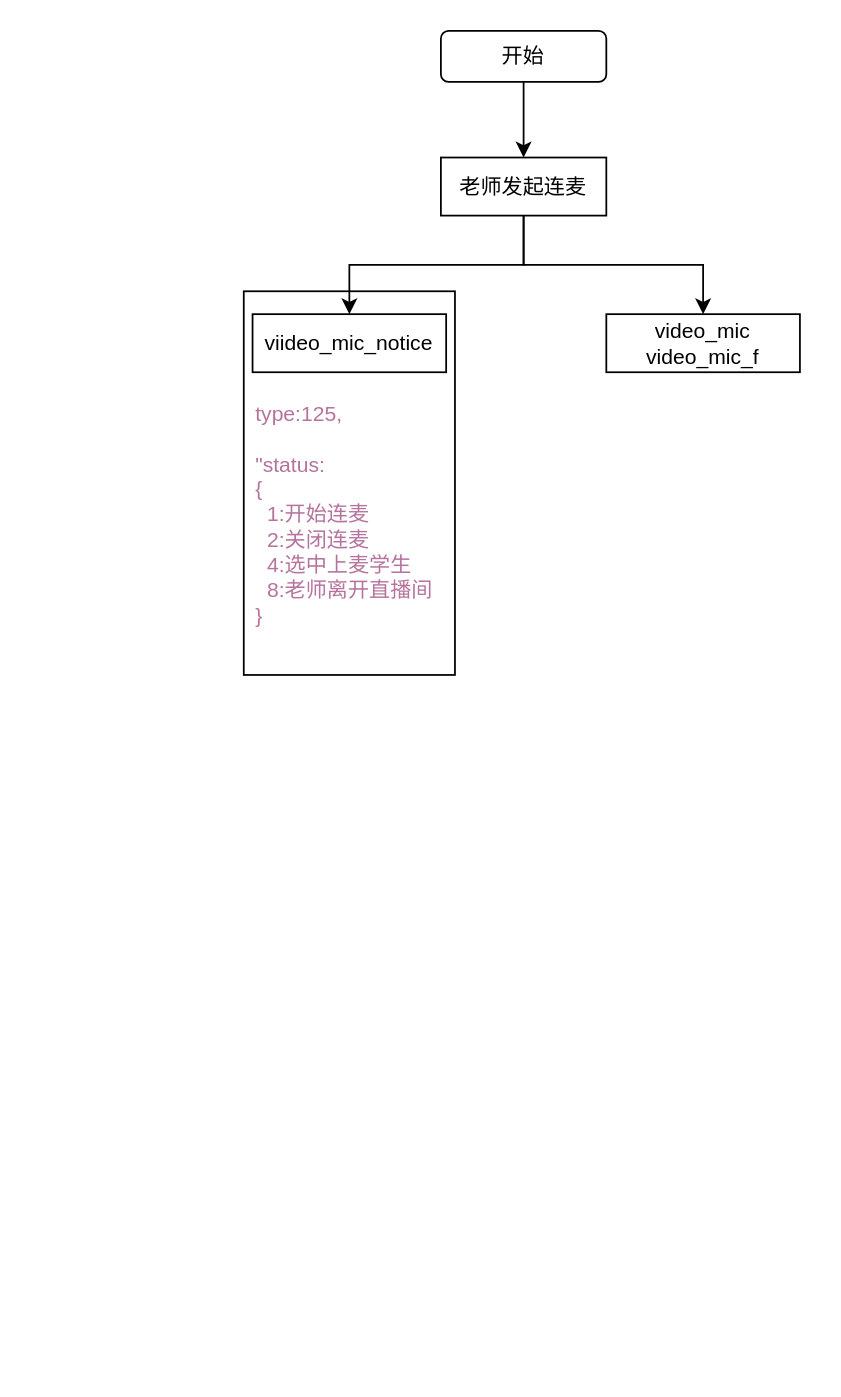
Above: 未命名绘图.drawio in dlztal/drawio (draw.io), before the change. Source tidied: cells renumbered, new cells numbered last; positions are measured from the earlier drawing's top-left corner, leaving out a move shared by most shapes. Both pictures are drawn from the tidied source at 176%, with x=0, y=0 at pixel (243, 30).
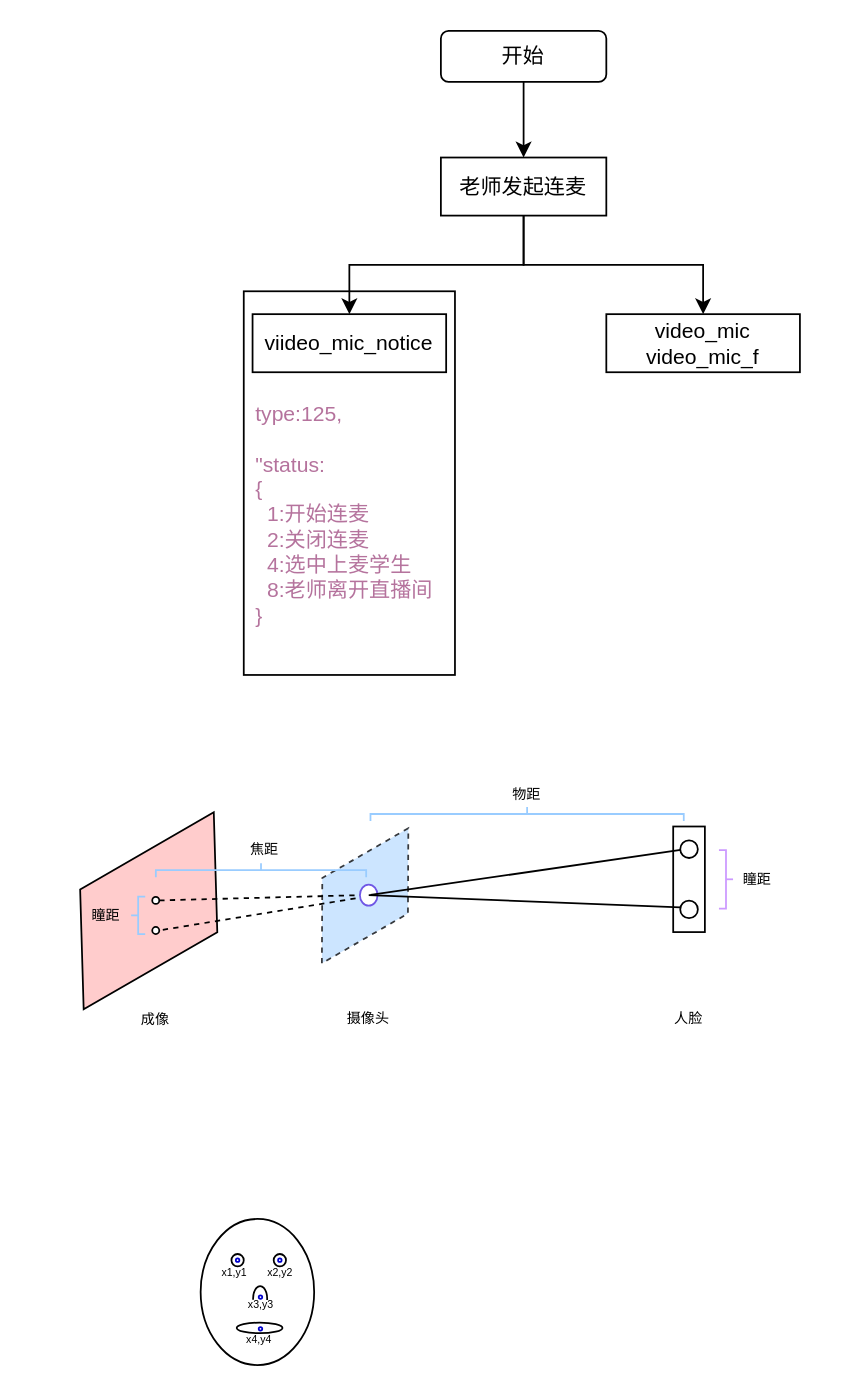
The same page after the edit.

Commit message:
更新未命名绘图.drawio

The edit, as a diff of the source:
```diff
@@
+    <mxCell id="11" style="rounded=0;whiteSpace=wrap;html=1;" parent="1" vertex="1">
+      <mxGeometry x="244" y="452.1" width="18" height="60" as="geometry" />
+    </mxCell>
@@
+    <mxCell id="12" style="shape=parallelogram;perimeter=parallelogramPerimeter;whiteSpace=wrap;html=1;fixedSize=1;rotation=-30;size=32.333028640930564;fillColor=#ffcccc;strokeColor=default;" parent="1" vertex="1">
+      <mxGeometry x="-114" y="470" width="120" height="60" as="geometry" />
+    </mxCell>
+    <mxCell id="13" style="shape=parallelogram;perimeter=parallelogramPerimeter;whiteSpace=wrap;html=1;fixedSize=1;rotation=-30;size=24.44981070295529;fillColor=#cce5ff;strokeColor=#36393d;dashed=1;" parent="1" vertex="1">
+      <mxGeometry x="28.5" y="470.5" width="80.9" height="41.9" as="geometry" />
+    </mxCell>
+    <mxCell id="14" style="endArrow=none;dashed=1;html=1;rounded=0;endFill=0;startArrow=none;startFill=0;exitX=1;exitY=0;exitDx=0;exitDy=0;entryX=0;entryY=0.5;entryDx=0;entryDy=0;" parent="1" edge="1">
+      <mxGeometry relative="1" as="geometry">
+        <mxPoint x="-46" y="510.8" as="sourcePoint" />
+        <mxPoint x="68.6" y="492.1" as="targetPoint" />
+      </mxGeometry>
+    </mxCell>
+    <mxCell id="15" style="ellipse;whiteSpace=wrap;html=1;strokeColor=#6f57e5;" parent="1" vertex="1">
+      <mxGeometry x="66" y="485.1" width="10" height="12" as="geometry" />
+    </mxCell>
+    <mxCell id="16" style="rounded=0;orthogonalLoop=1;jettySize=auto;html=1;endArrow=none;endFill=0;exitX=1;exitY=0.5;exitDx=0;exitDy=0;" parent="1" edge="1">
+      <mxGeometry relative="1" as="geometry">
+        <mxPoint x="258" y="464" as="sourcePoint" />
+        <mxPoint x="72" y="491" as="targetPoint" />
+      </mxGeometry>
+    </mxCell>
+    <mxCell id="17" value="摄像头" style="text;html=1;strokeColor=none;fillColor=none;align=center;verticalAlign=middle;whiteSpace=wrap;rounded=0;fontSize=8;" parent="1" vertex="1">
+      <mxGeometry x="41" y="546" width="60" height="30" as="geometry" />
+    </mxCell>
+    <mxCell id="18" value="&lt;font style=&quot;font-size: 8px;&quot;&gt;成像&lt;/font&gt;" style="text;html=1;strokeColor=none;fillColor=none;align=center;verticalAlign=middle;whiteSpace=wrap;rounded=0;" parent="1" vertex="1">
+      <mxGeometry x="-80" y="546" width="60" height="30" as="geometry" />
+    </mxCell>
+    <mxCell id="19" style="ellipse;whiteSpace=wrap;html=1;" parent="1" vertex="1">
+      <mxGeometry x="248" y="460" width="10" height="10" as="geometry" />
+    </mxCell>
+    <mxCell id="20" style="ellipse;whiteSpace=wrap;html=1;" parent="1" vertex="1">
+      <mxGeometry x="248" y="494.2" width="10" height="10" as="geometry" />
+    </mxCell>
+    <mxCell id="21" style="ellipse;whiteSpace=wrap;html=1;" parent="1" vertex="1">
+      <mxGeometry x="-52" y="509.2" width="4" height="4" as="geometry" />
+    </mxCell>
+    <mxCell id="22" style="endArrow=none;dashed=1;html=1;rounded=0;endFill=0;startArrow=none;startFill=0;exitX=1;exitY=0.5;exitDx=0;exitDy=0;entryX=0;entryY=0.5;entryDx=0;entryDy=0;" parent="1" edge="1" source="23" target="15">
+      <mxGeometry relative="1" as="geometry" />
+    </mxCell>
+    <mxCell id="23" style="ellipse;whiteSpace=wrap;html=1;" parent="1" vertex="1">
+      <mxGeometry x="-52" y="492.1" width="4" height="4" as="geometry" />
+    </mxCell>
+    <mxCell id="24" style="strokeWidth=1;html=1;shape=mxgraph.flowchart.annotation_2;align=left;labelPosition=right;rotation=90;fillColor=default;strokeColor=#99CCFF;" parent="1" vertex="1">
+      <mxGeometry x="5.8" y="417.2" width="8" height="119.5" as="geometry" />
+    </mxCell>
+    <mxCell id="25" style="rounded=0;orthogonalLoop=1;jettySize=auto;html=1;endArrow=none;endFill=0;entryX=0;entryY=0.5;entryDx=0;entryDy=0;" parent="1" edge="1">
+      <mxGeometry relative="1" as="geometry">
+        <mxPoint x="248" y="498" as="sourcePoint" />
+        <mxPoint x="71" y="491.1" as="targetPoint" />
+      </mxGeometry>
+    </mxCell>
+    <mxCell id="26" value="焦距" style="text;html=1;strokeColor=none;fillColor=none;align=center;verticalAlign=middle;whiteSpace=wrap;rounded=0;fontSize=8;" parent="1" vertex="1">
+      <mxGeometry x="-18" y="450" width="60" height="30" as="geometry" />
+    </mxCell>
+    <mxCell id="27" style="strokeWidth=1;html=1;shape=mxgraph.flowchart.annotation_2;align=left;labelPosition=right;rotation=90;fillColor=default;strokeColor=#99CCFF;" parent="1" vertex="1">
+      <mxGeometry x="157" y="356" width="8" height="178" as="geometry" />
+    </mxCell>
+    <mxCell id="28" value="物距" style="text;html=1;strokeColor=none;fillColor=none;align=center;verticalAlign=middle;whiteSpace=wrap;rounded=0;fontSize=8;" parent="1" vertex="1">
+      <mxGeometry x="131" y="419" width="60" height="30" as="geometry" />
+    </mxCell>
+    <mxCell id="29" style="strokeWidth=1;html=1;shape=mxgraph.flowchart.annotation_2;align=left;labelPosition=right;rotation=-180;fillColor=default;strokeColor=#CC99FF;" parent="1" vertex="1">
+      <mxGeometry x="270" y="465.5" width="8" height="33.2" as="geometry" />
+    </mxCell>
+    <mxCell id="30" value="瞳距" style="text;html=1;strokeColor=none;fillColor=none;align=center;verticalAlign=middle;whiteSpace=wrap;rounded=0;fontSize=8;" parent="1" vertex="1">
+      <mxGeometry x="262" y="467.1" width="60" height="30" as="geometry" />
+    </mxCell>
+    <mxCell id="31" value="人脸" style="text;html=1;strokeColor=none;fillColor=none;align=center;verticalAlign=middle;whiteSpace=wrap;rounded=0;fontSize=8;" parent="1" vertex="1">
+      <mxGeometry x="223" y="546" width="60" height="30" as="geometry" />
+    </mxCell>
+    <mxCell id="32" value="瞳距" style="text;html=1;strokeColor=none;fillColor=none;align=center;verticalAlign=middle;whiteSpace=wrap;rounded=0;fontSize=8;" parent="1" vertex="1">
+      <mxGeometry x="-108" y="487.6" width="60" height="30" as="geometry" />
+    </mxCell>
+    <mxCell id="33" style="strokeWidth=1;html=1;shape=mxgraph.flowchart.annotation_2;align=left;labelPosition=right;rotation=0;strokeColor=#99CCFF;" parent="1" vertex="1">
+      <mxGeometry x="-64" y="492" width="8" height="21.2" as="geometry" />
+    </mxCell>
+    <mxCell id="34" style="ellipse;whiteSpace=wrap;html=1;" parent="1" vertex="1">
+      <mxGeometry x="-24.5" y="675.1" width="64.5" height="83" as="geometry" />
+    </mxCell>
+    <mxCell id="35" style="ellipse;whiteSpace=wrap;html=1;fillColor=none;" parent="1" vertex="1">
+      <mxGeometry x="-7" y="695" width="7" height="7" as="geometry" />
+    </mxCell>
+    <mxCell id="36" style="ellipse;whiteSpace=wrap;html=1;fillColor=none;" parent="1" vertex="1">
+      <mxGeometry x="17" y="695" width="7" height="7" as="geometry" />
+    </mxCell>
+    <mxCell id="37" style="verticalLabelPosition=bottom;verticalAlign=top;html=1;shape=mxgraph.basic.arc;startAngle=0.4904621378820819;endAngle=0.011122702613081634;rotation=90;" parent="1" vertex="1">
+      <mxGeometry x="1.9" y="716.6" width="14.8" height="8" as="geometry" />
+    </mxCell>
+    <mxCell id="38" style="ellipse;whiteSpace=wrap;html=1;" parent="1" vertex="1">
+      <mxGeometry x="-4" y="734" width="26" height="6" as="geometry" />
+    </mxCell>
+    <mxCell id="39" style="ellipse;whiteSpace=wrap;html=1;fillColor=none;strokeColor=#0000CC;strokeWidth=2;" parent="1" vertex="1">
+      <mxGeometry x="9" y="737" width="1" height="1" as="geometry" />
+    </mxCell>
+    <mxCell id="40" style="ellipse;whiteSpace=wrap;html=1;fillColor=none;strokeColor=#0000CC;strokeWidth=2;" parent="1" vertex="1">
+      <mxGeometry x="9" y="719" width="1" height="1" as="geometry" />
+    </mxCell>
+    <mxCell id="41" style="ellipse;whiteSpace=wrap;html=1;fillColor=none;strokeColor=#0000CC;strokeWidth=2;" parent="1" vertex="1">
+      <mxGeometry x="20" y="698" width="1" height="1" as="geometry" />
+    </mxCell>
+    <mxCell id="42" style="ellipse;whiteSpace=wrap;html=1;fillColor=none;strokeColor=#0000CC;strokeWidth=2;" parent="1" vertex="1">
+      <mxGeometry x="-4" y="698" width="1" height="1" as="geometry" />
+    </mxCell>
+    <mxCell id="43" value="x1,y1" style="text;html=1;strokeColor=none;fillColor=none;align=center;verticalAlign=middle;whiteSpace=wrap;rounded=0;fontSize=6;" parent="1" vertex="1">
+      <mxGeometry x="-18" y="699" width="26" height="14" as="geometry" />
+    </mxCell>
+    <mxCell id="44" value="x2,y2" style="text;html=1;strokeColor=none;fillColor=none;align=center;verticalAlign=middle;whiteSpace=wrap;rounded=0;fontSize=6;" parent="1" vertex="1">
+      <mxGeometry x="7.5" y="699" width="26" height="14" as="geometry" />
+    </mxCell>
+    <mxCell id="45" value="x3,y3" style="text;html=1;strokeColor=none;fillColor=none;align=center;verticalAlign=middle;whiteSpace=wrap;rounded=0;fontSize=6;" parent="1" vertex="1">
+      <mxGeometry x="-3" y="717.1" width="26" height="14" as="geometry" />
+    </mxCell>
+    <mxCell id="46" value="x4,y4" style="text;html=1;strokeColor=none;fillColor=none;align=center;verticalAlign=middle;whiteSpace=wrap;rounded=0;fontSize=6;" parent="1" vertex="1">
+      <mxGeometry x="-4" y="737.1" width="26" height="14" as="geometry" />
+    </mxCell>
```
